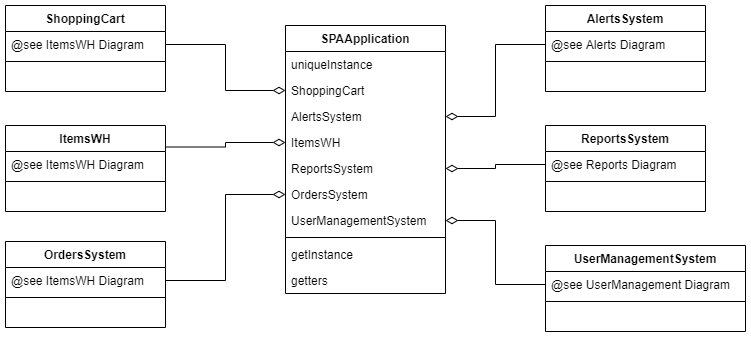
haimadrian/SE-Java-Project keeps this draw.io diagram as System Modeling/Class Diagram/SPAApplication.png. Above is the earlier version. Source tidied: cells renumbered, new cells last; positions are measured from the earlier drawing's top-left corner, leaving out a move shared by most shapes.
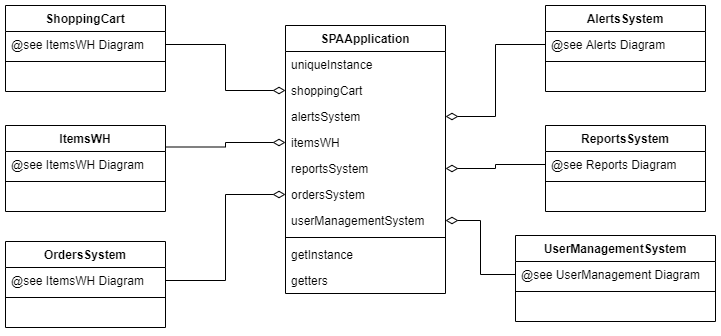
Above is the later version.

Diff of the diagram source:
```diff
@@ -8,22 +8,22 @@
     <mxCell id="3" value="uniqueInstance" style="text;strokeColor=none;fillColor=none;align=left;verticalAlign=top;spacingLeft=4;spacingRight=4;overflow=hidden;" parent="2" vertex="1">
       <mxGeometry y="26" width="160" height="26" as="geometry" />
     </mxCell>
-    <mxCell id="4" value="ShoppingCart" style="text;strokeColor=none;fillColor=none;align=left;verticalAlign=top;spacingLeft=4;spacingRight=4;overflow=hidden;points=[[0,0.5],[1,0.5]];portConstraint=eastwest;" parent="2" vertex="1">
+    <mxCell id="4" value="shoppingCart" style="text;strokeColor=none;fillColor=none;align=left;verticalAlign=top;spacingLeft=4;spacingRight=4;overflow=hidden;points=[[0,0.5],[1,0.5]];portConstraint=eastwest;" parent="2" vertex="1">
       <mxGeometry y="52" width="160" height="26" as="geometry" />
     </mxCell>
-    <mxCell id="5" value="AlertsSystem" style="text;strokeColor=none;fillColor=none;align=left;verticalAlign=top;spacingLeft=4;spacingRight=4;overflow=hidden;points=[[0,0.5],[1,0.5]];portConstraint=eastwest;" parent="2" vertex="1">
+    <mxCell id="5" value="alertsSystem" style="text;strokeColor=none;fillColor=none;align=left;verticalAlign=top;spacingLeft=4;spacingRight=4;overflow=hidden;points=[[0,0.5],[1,0.5]];portConstraint=eastwest;" parent="2" vertex="1">
       <mxGeometry y="78" width="160" height="26" as="geometry" />
     </mxCell>
-    <mxCell id="6" value="ItemsWH" style="text;strokeColor=none;fillColor=none;align=left;verticalAlign=top;spacingLeft=4;spacingRight=4;overflow=hidden;points=[[0,0.5],[1,0.5]];portConstraint=eastwest;" parent="2" vertex="1">
+    <mxCell id="6" value="itemsWH" style="text;strokeColor=none;fillColor=none;align=left;verticalAlign=top;spacingLeft=4;spacingRight=4;overflow=hidden;points=[[0,0.5],[1,0.5]];portConstraint=eastwest;" parent="2" vertex="1">
       <mxGeometry y="104" width="160" height="26" as="geometry" />
     </mxCell>
-    <mxCell id="7" value="ReportsSystem" style="text;strokeColor=none;fillColor=none;align=left;verticalAlign=top;spacingLeft=4;spacingRight=4;overflow=hidden;points=[[0,0.5],[1,0.5]];portConstraint=eastwest;" parent="2" vertex="1">
+    <mxCell id="7" value="reportsSystem" style="text;strokeColor=none;fillColor=none;align=left;verticalAlign=top;spacingLeft=4;spacingRight=4;overflow=hidden;points=[[0,0.5],[1,0.5]];portConstraint=eastwest;" parent="2" vertex="1">
       <mxGeometry y="130" width="160" height="26" as="geometry" />
     </mxCell>
-    <mxCell id="8" value="OrdersSystem" style="text;strokeColor=none;fillColor=none;align=left;verticalAlign=top;spacingLeft=4;spacingRight=4;overflow=hidden;points=[[0,0.5],[1,0.5]];portConstraint=eastwest;" parent="2" vertex="1">
+    <mxCell id="8" value="ordersSystem" style="text;strokeColor=none;fillColor=none;align=left;verticalAlign=top;spacingLeft=4;spacingRight=4;overflow=hidden;points=[[0,0.5],[1,0.5]];portConstraint=eastwest;" parent="2" vertex="1">
       <mxGeometry y="156" width="160" height="26" as="geometry" />
     </mxCell>
-    <mxCell id="9" value="UserManagementSystem" style="text;strokeColor=none;fillColor=none;align=left;verticalAlign=top;spacingLeft=4;spacingRight=4;overflow=hidden;points=[[0,0.5],[1,0.5]];portConstraint=eastwest;" parent="2" vertex="1">
+    <mxCell id="9" value="userManagementSystem" style="text;strokeColor=none;fillColor=none;align=left;verticalAlign=top;spacingLeft=4;spacingRight=4;overflow=hidden;points=[[0,0.5],[1,0.5]];portConstraint=eastwest;" parent="2" vertex="1">
       <mxGeometry y="182" width="160" height="26" as="geometry" />
     </mxCell>
     <mxCell id="10" style="line;strokeWidth=1;fillColor=none;align=left;verticalAlign=middle;spacingTop=-1;spacingLeft=3;spacingRight=3;labelPosition=right;" parent="2" vertex="1">
@@ -98,32 +98,32 @@
     <mxCell id="33" value=" " style="text;strokeColor=none;fillColor=none;align=left;verticalAlign=top;spacingLeft=4;spacingRight=4;overflow=hidden;" parent="30" vertex="1">
       <mxGeometry y="60" width="160" height="26" as="geometry" />
     </mxCell>
-    <mxCell id="34" value="UserManagementSystem" style="swimlane;fontStyle=1;align=center;verticalAlign=top;horizontal=1;startSize=26;" parent="1" vertex="1">
-      <mxGeometry x="540" y="240" width="200" height="86" as="geometry" />
+    <mxCell id="34" style="edgeStyle=orthogonalEdgeStyle;rounded=0;jettySize=auto;html=1;entryX=0;entryY=0.5;entryDx=0;entryDy=0;endArrow=none;endFill=0;endSize=10;startSize=10;startArrow=diamondThin;startFill=0;" parent="1" edge="1" source="5" target="27">
+      <mxGeometry relative="1" as="geometry" />
     </mxCell>
-    <mxCell id="35" value="@see UserManagement Diagram" style="text;strokeColor=none;fillColor=none;align=left;verticalAlign=top;spacingLeft=4;spacingRight=4;overflow=hidden;points=[[0,0.5],[1,0.5]];portConstraint=eastwest;" parent="34" vertex="1">
-      <mxGeometry y="26" width="200" height="26" as="geometry" />
+    <mxCell id="35" style="edgeStyle=orthogonalEdgeStyle;rounded=0;jettySize=auto;html=1;entryX=1;entryY=0.25;entryDx=0;entryDy=0;endArrow=none;endFill=0;endSize=10;startArrow=diamondThin;startFill=0;startSize=10;" parent="1" edge="1" source="6" target="14">
+      <mxGeometry relative="1" as="geometry" />
     </mxCell>
-    <mxCell id="36" style="line;strokeWidth=1;fillColor=none;align=left;verticalAlign=middle;spacingTop=-1;spacingLeft=3;spacingRight=3;labelPosition=right;" parent="34" vertex="1">
-      <mxGeometry y="52" width="200" height="8" as="geometry" />
+    <mxCell id="36" style="edgeStyle=orthogonalEdgeStyle;rounded=0;jettySize=auto;html=1;entryX=1;entryY=0.5;entryDx=0;entryDy=0;endArrow=none;endFill=0;endSize=10;startSize=10;startArrow=diamondThin;startFill=0;" parent="1" edge="1" source="8" target="19">
+      <mxGeometry relative="1" as="geometry" />
     </mxCell>
-    <mxCell id="37" value=" " style="text;strokeColor=none;fillColor=none;align=left;verticalAlign=top;spacingLeft=4;spacingRight=4;overflow=hidden;" parent="34" vertex="1">
-      <mxGeometry y="60" width="200" height="26" as="geometry" />
+    <mxCell id="37" style="edgeStyle=orthogonalEdgeStyle;rounded=0;jettySize=auto;html=1;entryX=0;entryY=0.5;entryDx=0;entryDy=0;endArrow=none;endFill=0;endSize=10;startSize=10;startArrow=diamondThin;startFill=0;" parent="1" edge="1" source="7" target="31">
+      <mxGeometry relative="1" as="geometry" />
     </mxCell>
-    <mxCell id="38" style="edgeStyle=orthogonalEdgeStyle;rounded=0;jettySize=auto;html=1;entryX=0;entryY=0.5;entryDx=0;entryDy=0;endArrow=none;endFill=0;endSize=10;startSize=10;startArrow=diamondThin;startFill=0;" parent="1" edge="1" source="5" target="27">
+    <mxCell id="38" style="edgeStyle=orthogonalEdgeStyle;rounded=0;jettySize=auto;html=1;entryX=0;entryY=0.5;entryDx=0;entryDy=0;endArrow=none;endFill=0;endSize=10;startSize=10;startArrow=diamondThin;startFill=0;" parent="1" edge="1" source="9" target="40">
       <mxGeometry relative="1" as="geometry" />
     </mxCell>
-    <mxCell id="39" style="edgeStyle=orthogonalEdgeStyle;rounded=0;jettySize=auto;html=1;entryX=1;entryY=0.25;entryDx=0;entryDy=0;endArrow=none;endFill=0;endSize=10;startArrow=diamondThin;startFill=0;startSize=10;" parent="1" edge="1" source="6" target="14">
-      <mxGeometry relative="1" as="geometry" />
+    <mxCell id="39" value="UserManagementSystem" style="swimlane;fontStyle=1;align=center;verticalAlign=top;horizontal=1;startSize=26;" parent="1" vertex="1">
+      <mxGeometry x="510" y="230" width="200" height="86" as="geometry" />
     </mxCell>
-    <mxCell id="40" style="edgeStyle=orthogonalEdgeStyle;rounded=0;jettySize=auto;html=1;entryX=1;entryY=0.5;entryDx=0;entryDy=0;endArrow=none;endFill=0;endSize=10;startSize=10;startArrow=diamondThin;startFill=0;" parent="1" edge="1" source="8" target="19">
-      <mxGeometry relative="1" as="geometry" />
+    <mxCell id="40" value="@see UserManagement Diagram" style="text;strokeColor=none;fillColor=none;align=left;verticalAlign=top;spacingLeft=4;spacingRight=4;overflow=hidden;points=[[0,0.5],[1,0.5]];portConstraint=eastwest;" parent="39" vertex="1">
+      <mxGeometry y="26" width="200" height="26" as="geometry" />
     </mxCell>
-    <mxCell id="41" style="edgeStyle=orthogonalEdgeStyle;rounded=0;jettySize=auto;html=1;entryX=0;entryY=0.5;entryDx=0;entryDy=0;endArrow=none;endFill=0;endSize=10;startSize=10;startArrow=diamondThin;startFill=0;" parent="1" edge="1" source="7" target="31">
-      <mxGeometry relative="1" as="geometry" />
+    <mxCell id="41" style="line;strokeWidth=1;fillColor=none;align=left;verticalAlign=middle;spacingTop=-1;spacingLeft=3;spacingRight=3;labelPosition=right;" parent="39" vertex="1">
+      <mxGeometry y="52" width="200" height="8" as="geometry" />
     </mxCell>
-    <mxCell id="42" style="edgeStyle=orthogonalEdgeStyle;rounded=0;jettySize=auto;html=1;entryX=0;entryY=0.5;entryDx=0;entryDy=0;endArrow=none;endFill=0;endSize=10;startSize=10;startArrow=diamondThin;startFill=0;" parent="1" edge="1" source="9" target="35">
-      <mxGeometry relative="1" as="geometry" />
+    <mxCell id="42" value=" " style="text;strokeColor=none;fillColor=none;align=left;verticalAlign=top;spacingLeft=4;spacingRight=4;overflow=hidden;" parent="39" vertex="1">
+      <mxGeometry y="60" width="200" height="26" as="geometry" />
     </mxCell>
   </root>
 </mxGraphModel>
```
